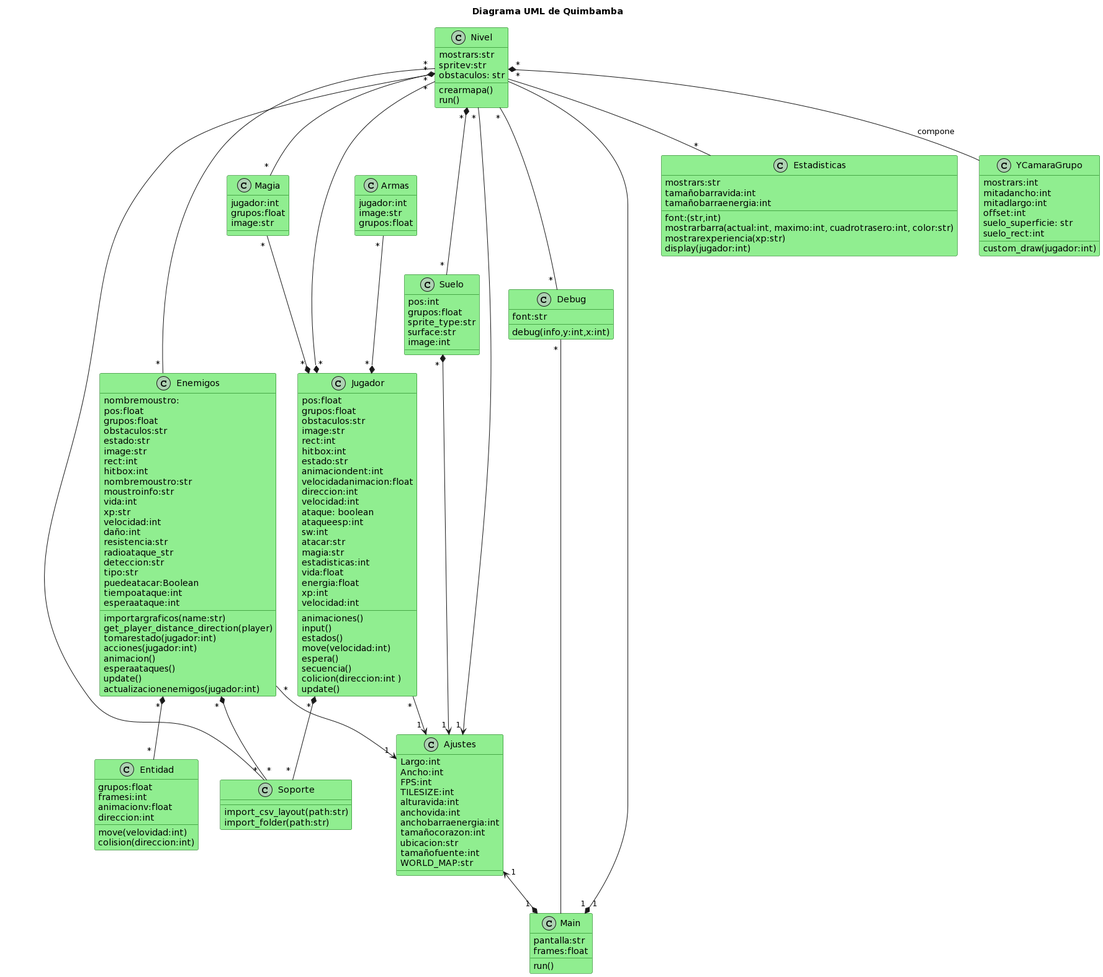
The PlantUML diagram UML/UML__Quimbamba-Actualizado.png in HamedPro3D/Quimbamba, before a commit.
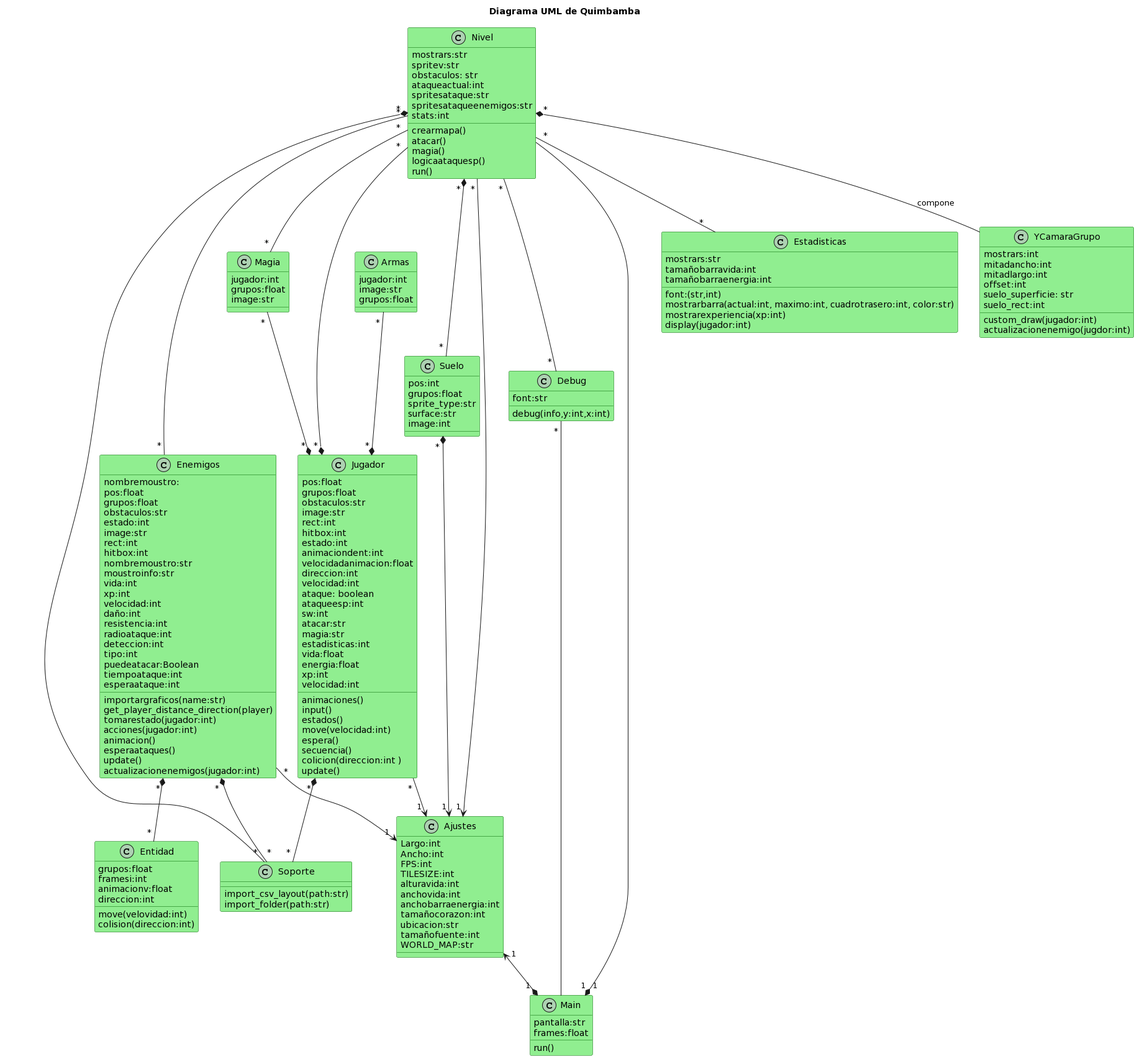
Above is the later version.

The edit, as a diff of the source:
```diff
@@ -30,20 +30,20 @@
 pos:float
 grupos:float
 obstaculos:str
-estado:str
+estado:int
 image:str
 rect:int
 hitbox:int
 nombremoustro:str
 moustroinfo:str
 vida:int
-xp:str
+xp:int
 velocidad:int
 daño:int
-resistencia:str
-radioataque_str
-deteccion:str
-tipo:str
+resistencia:int
+radioataque:int
+deteccion:int
+tipo:int
 puedeatacar:Boolean
 tiempoataque:int
 esperaataque:int
@@ -72,7 +72,7 @@
 tamañobarravida:int
 tamañobarraenergia:int
 mostrarbarra(actual:int, maximo:int, cuadrotrasero:int, color:str)
-mostrarexperiencia(xp:str)
+mostrarexperiencia(xp:int)
 display(jugador:int)
 }
 
@@ -89,7 +89,7 @@
 image:str
 rect:int
 hitbox:int
-estado:str
+estado:int
 animaciondent:int
 velocidadanimacion:float
 direccion:int
@@ -124,8 +124,16 @@
 mostrars:str
 spritev:str
 obstaculos: str
+ataqueactual:int
+spritesataque:str
+spritesataqueenemigos:str
+stats:int
 crearmapa()
+atacar()
+magia()
+logicaataquesp()
 run()
+
 }
 
 class YCamaraGrupo #lightgreen;line:darkgreen{
@@ -136,6 +144,7 @@
 suelo_superficie: str
 suelo_rect:int
 custom_draw(jugador:int)
+actualizacionenemigo(jugdor:int)
 }
 
 class Soporte #lightgreen;line:darkgreen{
```
